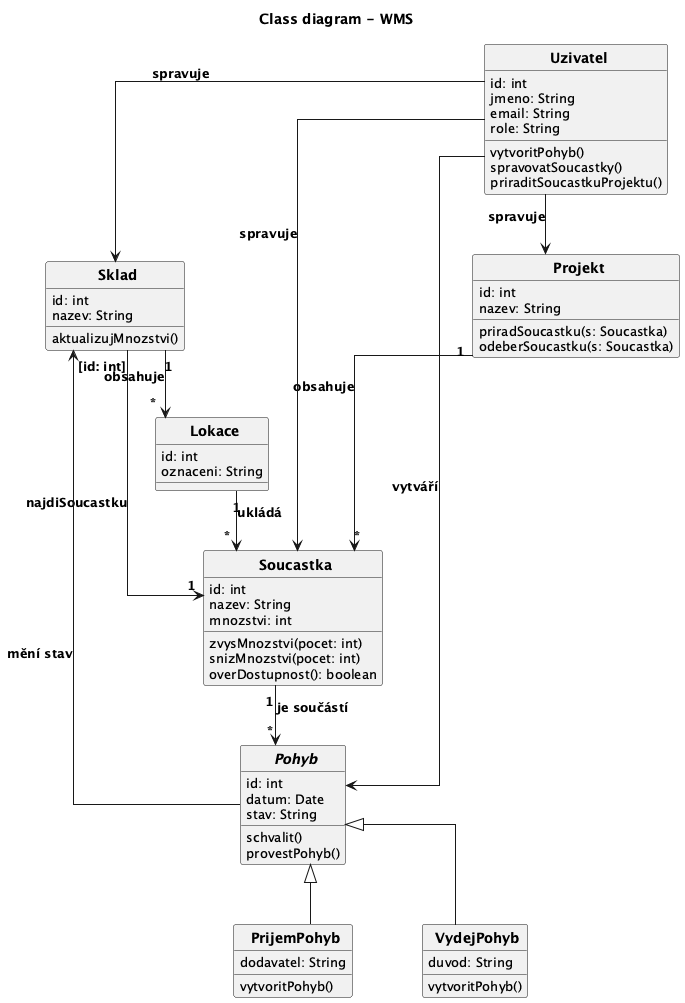
The PlantUML diagram docs/images/02_class_diagram.png in lkvapil/wms-elektronicke-soucastky, before a commit.
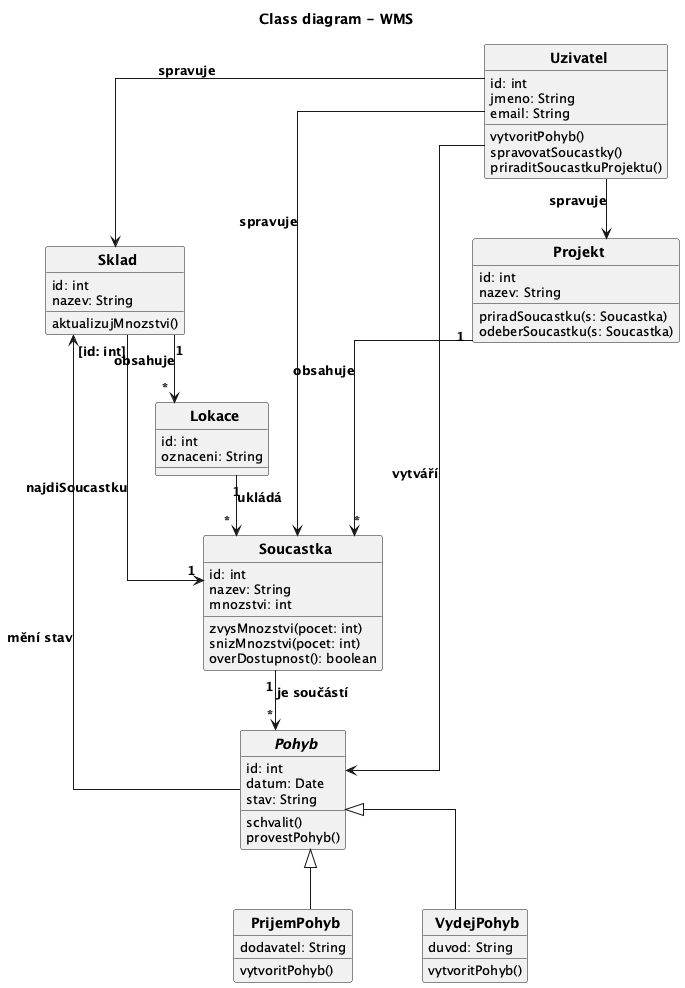
After the change.

Commit message:
feat: odstraneni atributu role z Uzivatel

Diff of the diagram source:
```diff
@@ -16,7 +16,6 @@
   id: int
   jmeno: String
   email: String
-  role: String
   vytvoritPohyb()
   spravovatSoucastky()
   priraditSoucastkuProjektu()
```
